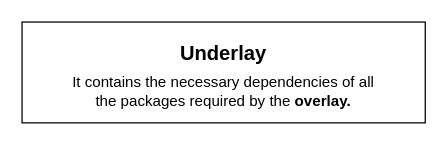
This is page "underlay" (3 of 10) of src/resources/ros.drawio from harleylara/robotics, a draw.io file, before an edit. Source tidied: cells renumbered, new cells numbered last; positions are measured from the earlier drawing's top-left corner, leaving out a move shared by most shapes. Both pictures are drawn from the tidied source at 126%, with x=0, y=0 at pixel (21, 21).
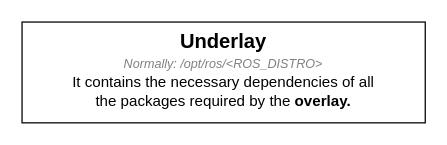
After the change.

What changed in the source:
```diff
@@
 <mxGraphModel>
   <root>
     <mxCell id="0" />
     <mxCell id="1" parent="0" />
     <mxCell id="2" style="rounded=0;whiteSpace=wrap;html=1;" parent="1" vertex="1">
       <mxGeometry width="320" height="80" as="geometry" />
     </mxCell>
     <mxCell id="3" value="It contains the necessary dependencies of all the packages required by the &lt;b&gt;overlay.&lt;/b&gt;" style="text;html=1;strokeColor=none;fillColor=none;align=center;verticalAlign=middle;whiteSpace=wrap;rounded=0;" parent="1" vertex="1">
       <mxGeometry x="30" y="40" width="260" height="30" as="geometry" />
     </mxCell>
     <mxCell id="4" value="Underlay" style="text;html=1;strokeColor=none;fillColor=none;align=center;verticalAlign=middle;whiteSpace=wrap;rounded=0;fontSize=16;fontStyle=1;" parent="1" vertex="1">
-      <mxGeometry x="130" y="10" width="60" height="30" as="geometry" />
+      <mxGeometry x="130" width="60" height="30" as="geometry" />
     </mxCell>
+    <mxCell id="5" value="Normally: /opt/ros/&amp;lt;ROS_DISTRO&amp;gt;" style="text;html=1;whiteSpace=wrap;strokeColor=none;fillColor=none;align=center;verticalAlign=middle;rounded=0;fontStyle=2;fontSize=10;fontColor=#808080;" parent="1" vertex="1">
+      <mxGeometry x="60" y="28" width="200" height="10" as="geometry" />
+    </mxCell>
   </root>
 </mxGraphModel>
```
